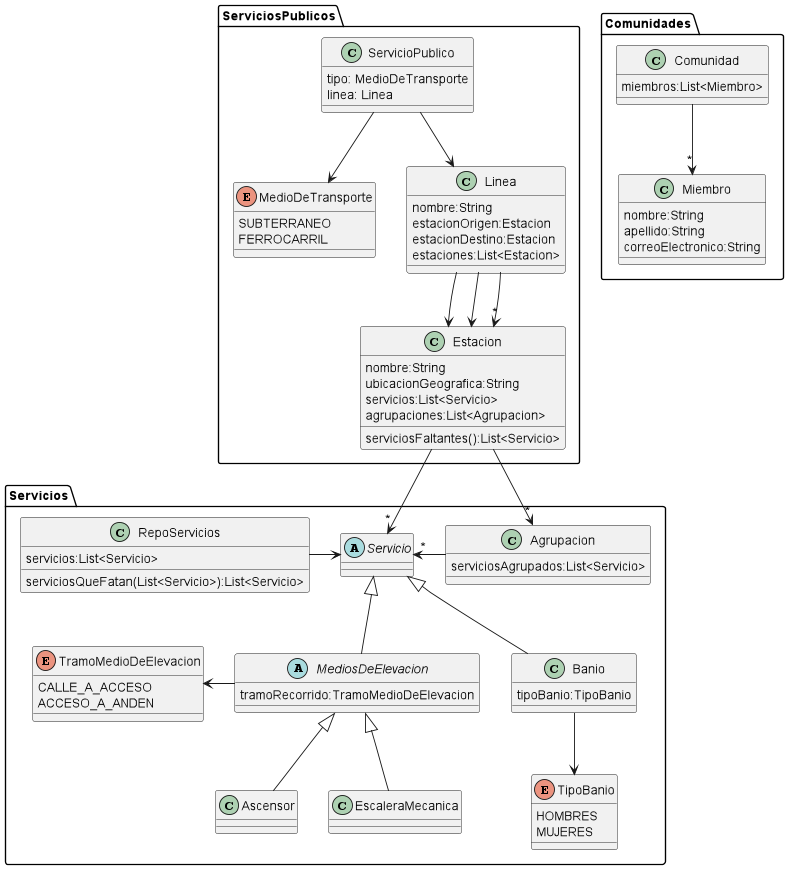
tomidandrea/TPA-DDS-2023 keeps this PlantUML diagram as out/diagramaDeClasesV1.png. Above is the earlier version. Its diagram source:
```plantuml
@startuml

package ServiciosPublicos{
    class ServicioPublico{
        tipo: MedioDeTransporte
        linea: Linea
    }
    enum MedioDeTransporte{
        SUBTERRANEO
        FERROCARRIL
    }
    class Linea{
        nombre:String
        estacionOrigen:Estacion
        estacionDestino:Estacion
        estaciones:List<Estacion>
    }

    class Estacion{
        nombre:String
        ubicacionGeografica:String
        servicios:List<Servicio>
        agrupaciones:List<Agrupacion>
        serviciosFaltantes():List<Servicio>
    }
    Linea --> Estacion
    Linea --> Estacion
    Linea -->"*" Estacion
    ServicioPublico --> MedioDeTransporte
    ServicioPublico --> Linea
}


package Servicios {
  class RepoServicios{
      servicios:List<Servicio>
      serviciosQueFatan(List<Servicio>):List<Servicio>
  }
  class Agrupacion{
      serviciosAgrupados:List<Servicio>
  }
  abstract class Servicio{
  }

  abstract class MediosDeElevacion{
    tramoRecorrido:TramoMedioDeElevacion
  }

  enum TramoMedioDeElevacion{
    CALLE_A_ACCESO
    ACCESO_A_ANDEN
  }

  class Ascensor{
  }

  class EscaleraMecanica{
  }

  class Banio{
    tipoBanio:TipoBanio
  }

  enum TipoBanio{
    HOMBRES
    MUJERES
  }

    RepoServicios -right-> Servicio
    Estacion -->"*" Servicio
    Estacion -->"*" Agrupacion
    Agrupacion -left->"*" Servicio
    MediosDeElevacion -up-|> Servicio
    MediosDeElevacion -left-> TramoMedioDeElevacion
    Ascensor -up-|> MediosDeElevacion
    EscaleraMecanica -up-|> MediosDeElevacion
    Banio -up-|> Servicio
    Banio -down-> TipoBanio
}

package Comunidades{
    class Comunidad{
        miembros:List<Miembro>
    }
    class Miembro{
        nombre:String
        apellido:String
        correoElectronico:String
    }
    Comunidad -down->"*" Miembro
}







@enduml
```
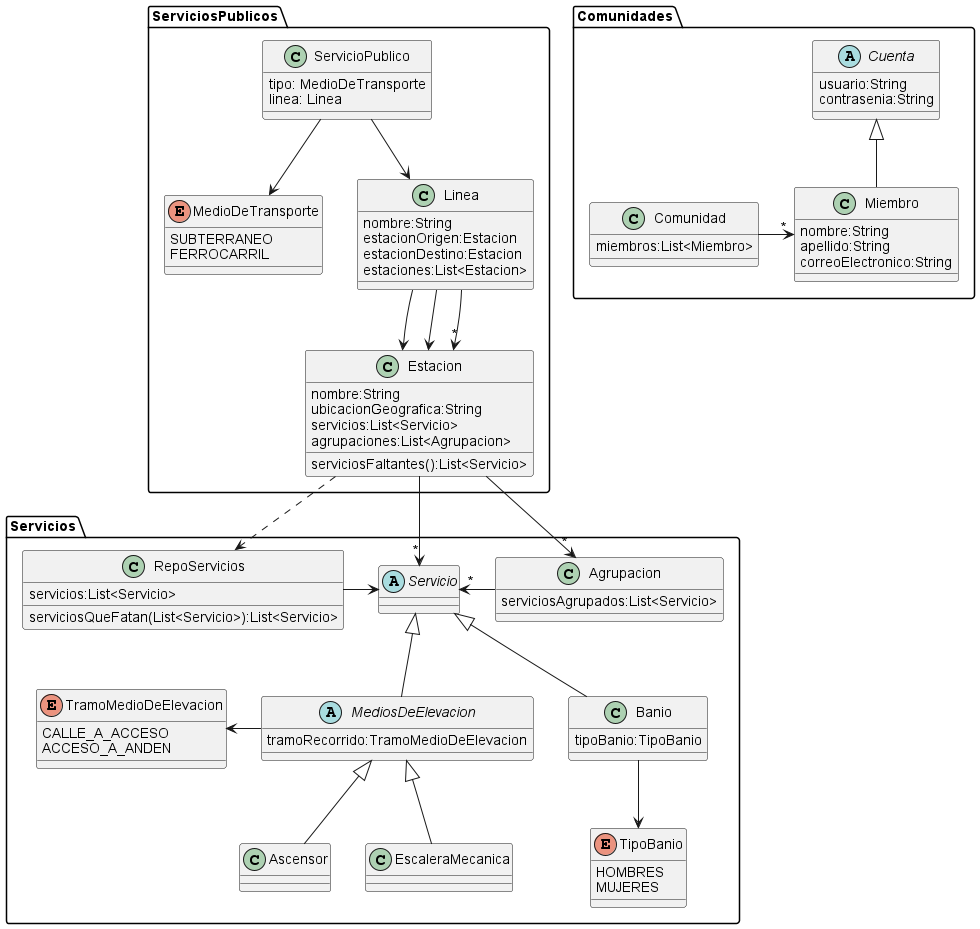
The same diagram one commit later.

Commit message:
Agrego Cuenta al diagrama de clases y algunos cambios mas

The edit, as a diff of the source:
```diff
@@ -69,6 +69,7 @@
     RepoServicios -right-> Servicio
     Estacion -->"*" Servicio
     Estacion -->"*" Agrupacion
+    Estacion ..> RepoServicios
     Agrupacion -left->"*" Servicio
     MediosDeElevacion -up-|> Servicio
     MediosDeElevacion -left-> TramoMedioDeElevacion
@@ -87,7 +88,13 @@
         apellido:String
         correoElectronico:String
     }
-    Comunidad -down->"*" Miembro
+    abstract class Cuenta{
+        usuario:String
+        contrasenia:String
+    }
+
+    Comunidad -right->"*" Miembro
+    Miembro-up-|>Cuenta
 }
 
 
```
